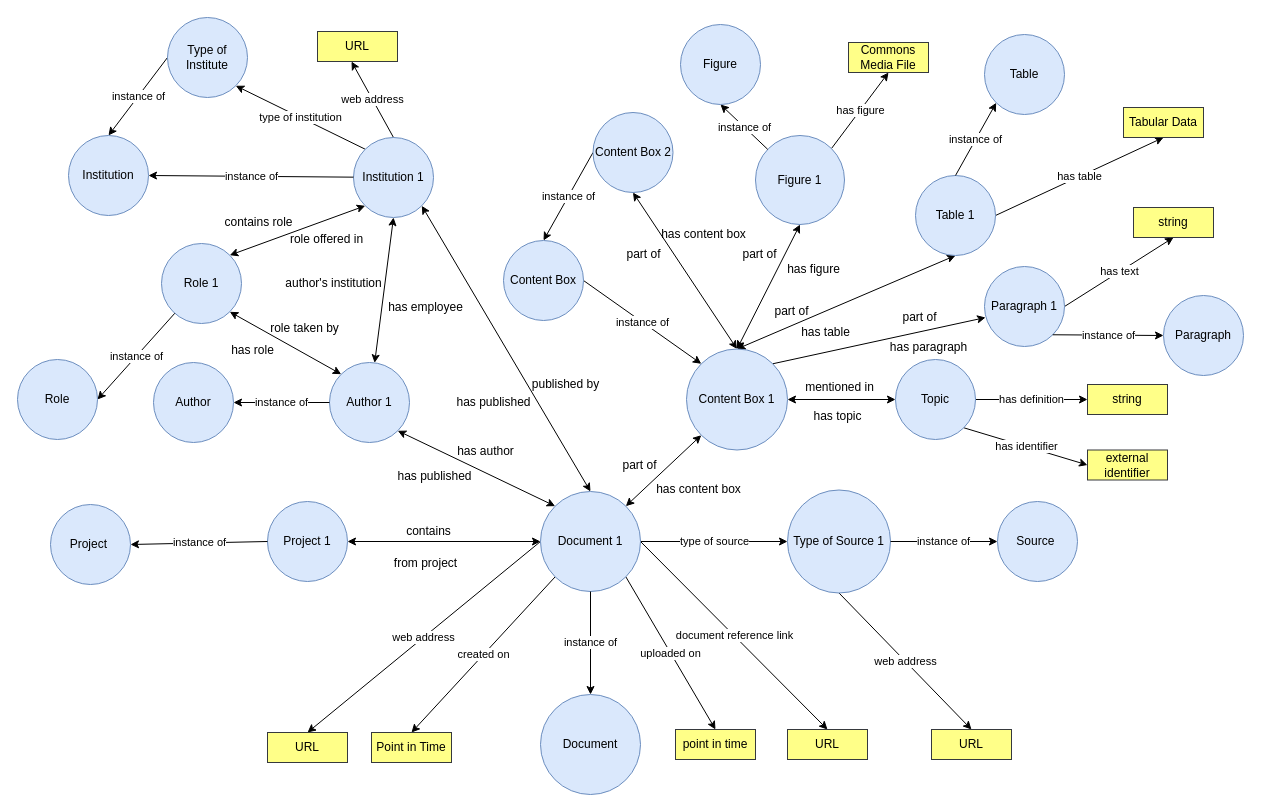
The draw.io diagram data/notes/WI-IAT2022-Ontology.drawio in argahsuknesib/DisabilityWikibase-DocumentMetaData, before the edit. Source tidied: cells renumbered, new cells numbered last; positions are measured from the earlier drawing's top-left corner, leaving out a move shared by most shapes. Both pictures are drawn from the tidied source at 100%, with x=0, y=0 at pixel (17, 17).
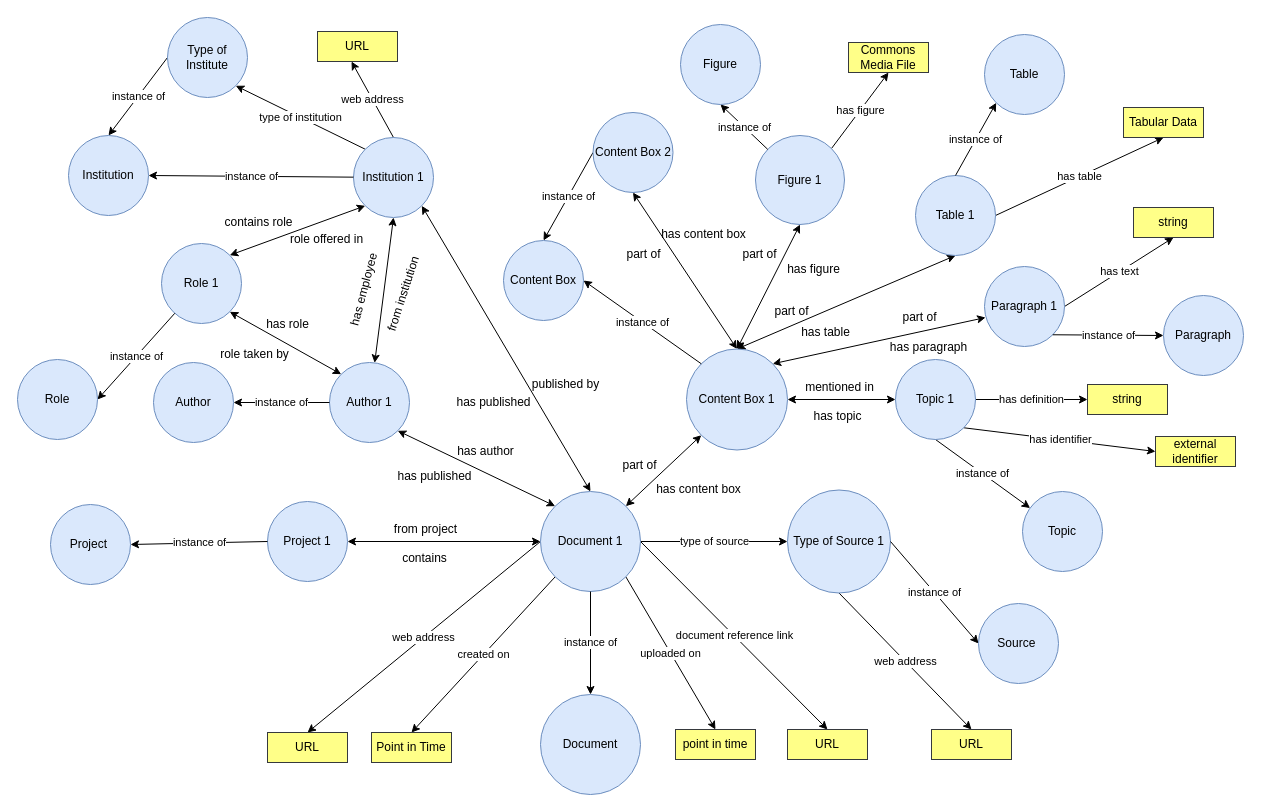
The same page after the edit.

Unchanged cells that the change refers to:
```xml
<mxCell id="59" value="Content Box 1" style="ellipse;whiteSpace=wrap;html=1;fillColor=#dae8fc;strokeColor=#6c8ebf;" parent="1" vertex="1">
  <mxGeometry x="669" y="331.5" width="101" height="101" as="geometry" />
</mxCell>
<mxCell id="64" value="Content Box" style="ellipse;whiteSpace=wrap;html=1;fillColor=#dae8fc;strokeColor=#6c8ebf;" parent="1" vertex="1">
  <mxGeometry x="486" y="223" width="80" height="80" as="geometry" />
</mxCell>
<mxCell id="73" value="Paragraph 1" style="ellipse;whiteSpace=wrap;html=1;fillColor=#dae8fc;strokeColor=#6c8ebf;" parent="1" vertex="1">
  <mxGeometry x="967" y="249" width="80" height="80" as="geometry" />
</mxCell>
```

Change to the diagram source:
```diff
@@
     <mxCell id="18" value="from project" style="text;html=1;align=center;verticalAlign=middle;strokeColor=none;fillColor=none;" parent="1" vertex="1">
-      <mxGeometry x="371" y="537" width="73" height="18" as="geometry" />
+      <mxGeometry x="371" y="503" width="73" height="18" as="geometry" />
     </mxCell>
     <mxCell id="19" value="contains" style="text;html=1;align=center;verticalAlign=middle;strokeColor=none;fillColor=none;" parent="1" vertex="1">
-      <mxGeometry x="383" y="505" width="55" height="18" as="geometry" />
+      <mxGeometry x="379" y="532" width="55" height="18" as="geometry" />
     </mxCell>
@@
     <mxCell id="25" value="Source&amp;nbsp;" style="ellipse;whiteSpace=wrap;html=1;fillColor=#dae8fc;strokeColor=#6c8ebf;" parent="1" vertex="1">
-      <mxGeometry x="980" y="484" width="80" height="80" as="geometry" />
+      <mxGeometry x="961" y="586" width="80" height="80" as="geometry" />
     </mxCell>
@@
     <mxCell id="45" value="has role" style="text;html=1;align=center;verticalAlign=middle;strokeColor=none;fillColor=none;" parent="1" vertex="1">
-      <mxGeometry x="208" y="324" width="53" height="18" as="geometry" />
+      <mxGeometry x="243" y="298" width="53" height="18" as="geometry" />
     </mxCell>
@@
-    <mxCell id="52" value="has employee" style="text;html=1;align=center;verticalAlign=middle;strokeColor=none;fillColor=none;" parent="1" vertex="1">
-      <mxGeometry x="365" y="281" width="85" height="18" as="geometry" />
+    <mxCell id="52" value="has employee" style="text;html=1;align=center;verticalAlign=middle;strokeColor=none;fillColor=none;rotation=-75;" parent="1" vertex="1">
+      <mxGeometry x="304" y="264" width="85" height="18" as="geometry" />
     </mxCell>
-    <mxCell id="53" value="author's institution" style="text;html=1;align=center;verticalAlign=middle;strokeColor=none;fillColor=none;" parent="1" vertex="1">
-      <mxGeometry x="263" y="257" width="106" height="18" as="geometry" />
+    <mxCell id="53" value="from institution" style="text;html=1;align=center;verticalAlign=middle;strokeColor=none;fillColor=none;rotation=-72;" parent="1" vertex="1">
+      <mxGeometry x="338" y="264" width="96" height="26" as="geometry" />
     </mxCell>
@@
-    <mxCell id="55" style="edgeStyle=none;rounded=0;jettySize=auto;html=1;exitX=1;exitY=0;exitDx=0;exitDy=0;entryX=0.013;entryY=0.638;entryDx=0;entryDy=0;entryPerimeter=0;startArrow=none;startFill=0;" parent="1" edge="1" source="59" target="73">
+    <mxCell id="55" style="edgeStyle=none;rounded=0;jettySize=auto;html=1;exitX=1;exitY=0;exitDx=0;exitDy=0;entryX=0.013;entryY=0.638;entryDx=0;entryDy=0;entryPerimeter=0;startArrow=classic;startFill=1;" parent="1" edge="1" source="59" target="73">
       <mxGeometry relative="1" as="geometry" />
     </mxCell>
@@
-    <mxCell id="62" value="instance of" style="edgeStyle=none;rounded=0;jettySize=auto;html=1;exitX=1;exitY=0.5;exitDx=0;exitDy=0;entryX=0;entryY=0;entryDx=0;entryDy=0;startArrow=none;startFill=0;" parent="1" edge="1" source="64" target="59">
+    <mxCell id="62" value="instance of" style="edgeStyle=none;rounded=0;jettySize=auto;html=1;exitX=1;exitY=0.5;exitDx=0;exitDy=0;entryX=0;entryY=0;entryDx=0;entryDy=0;startArrow=classic;startFill=1;endArrow=none;endFill=0;" parent="1" edge="1" source="64" target="59">
       <mxGeometry relative="1" as="geometry" />
     </mxCell>
@@
+    <mxCell id="97" value="instance of" style="rounded=0;jettySize=auto;html=1;exitX=0.5;exitY=1;exitDx=0;exitDy=0;startArrow=none;startFill=0;endArrow=classic;endFill=1;" parent="1" edge="1" source="67" target="98">
+      <mxGeometry relative="1" as="geometry" />
+    </mxCell>
-    <mxCell id="67" value="Topic" style="ellipse;whiteSpace=wrap;html=1;fillColor=#dae8fc;strokeColor=#6c8ebf;" parent="1" vertex="1">
+    <mxCell id="67" value="Topic 1" style="ellipse;whiteSpace=wrap;html=1;fillColor=#dae8fc;strokeColor=#6c8ebf;" parent="1" vertex="1">
       <mxGeometry x="878" y="342" width="80" height="80" as="geometry" />
     </mxCell>
@@
     <mxCell id="70" value="external identifier" style="whiteSpace=wrap;html=1;fillColor=#ffff88;strokeColor=#36393d;" parent="1" vertex="1">
-      <mxGeometry x="1070" y="432.5" width="80" height="30" as="geometry" />
+      <mxGeometry x="1138" y="419" width="80" height="30" as="geometry" />
     </mxCell>
@@
     <mxCell id="96" value="role taken by" style="text;html=1;align=center;verticalAlign=middle;strokeColor=none;fillColor=none;" parent="1" vertex="1">
-      <mxGeometry x="244" y="298" width="86" height="26" as="geometry" />
+      <mxGeometry x="194" y="324" width="86" height="26" as="geometry" />
     </mxCell>
+    <mxCell id="98" value="Topic" style="ellipse;whiteSpace=wrap;html=1;fillColor=#dae8fc;strokeColor=#6c8ebf;" parent="1" vertex="1">
+      <mxGeometry x="1005" y="474" width="80" height="80" as="geometry" />
+    </mxCell>
```
